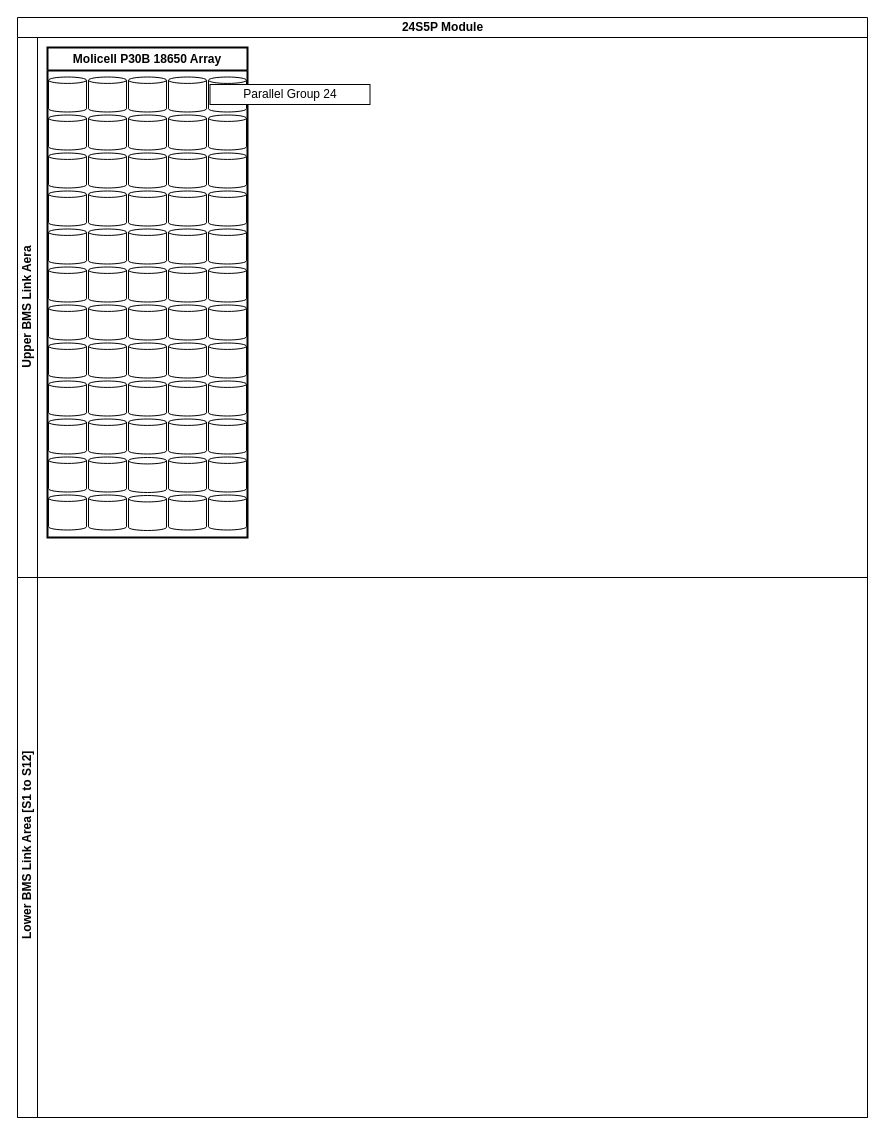
sfuphantom/bms-link-hw keeps this draw.io diagram as Documents/blockDiagram.drawio. Above is the earlier version. Source tidied: cells renumbered, new cells numbered last; positions are measured from the earlier drawing's top-left corner, leaving out a move shared by most shapes. Both pictures are drawn from the tidied source at 100%, with x=0, y=0 at pixel (17, 17).
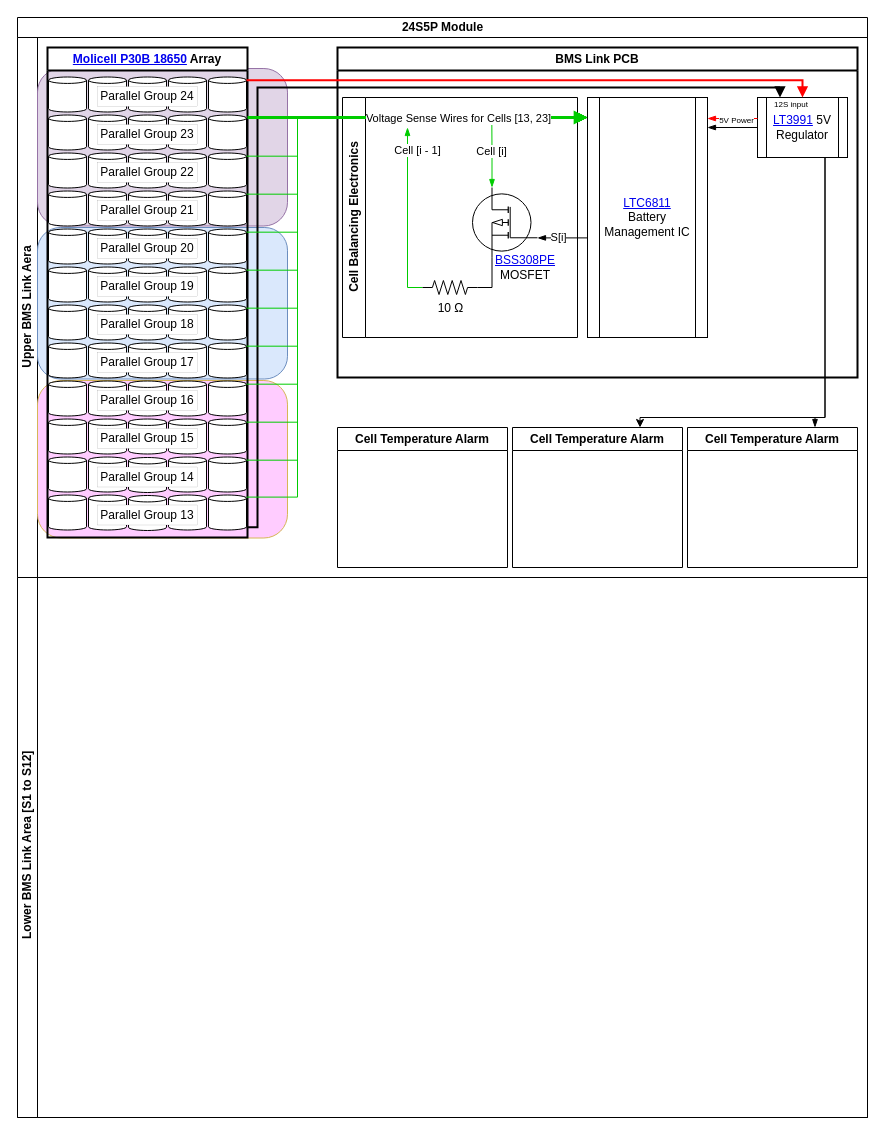
The same diagram, later.

The change refers to these unchanged cells:
```xml
<mxCell id="2" value="24S5P Module" style="swimlane;horizontal=1;startSize=20;html=1;" parent="1" vertex="1">
  <mxGeometry width="850" height="1100" as="geometry" />
</mxCell>
<mxCell id="9" style="strokeWidth=1;html=1;shape=mxgraph.flowchart.direct_data;whiteSpace=wrap;rotation=-90;" parent="4" vertex="1">
  <mxGeometry x="162.5" y="28" width="35" height="38" as="geometry" />
</mxCell>
<mxCell id="19" style="strokeWidth=1;html=1;shape=mxgraph.flowchart.direct_data;whiteSpace=wrap;rotation=-90;" parent="4" vertex="1">
  <mxGeometry x="162.5" y="104" width="35" height="38" as="geometry" />
</mxCell>
<mxCell id="24" style="strokeWidth=1;html=1;shape=mxgraph.flowchart.direct_data;whiteSpace=wrap;rotation=-90;" parent="4" vertex="1">
  <mxGeometry x="162.5" y="142" width="35" height="38" as="geometry" />
</mxCell>
<mxCell id="29" style="strokeWidth=1;html=1;shape=mxgraph.flowchart.direct_data;whiteSpace=wrap;rotation=-90;" parent="4" vertex="1">
  <mxGeometry x="162.5" y="180" width="35" height="38" as="geometry" />
</mxCell>
<mxCell id="34" style="strokeWidth=1;html=1;shape=mxgraph.flowchart.direct_data;whiteSpace=wrap;rotation=-90;" parent="4" vertex="1">
  <mxGeometry x="162.5" y="218" width="35" height="38" as="geometry" />
</mxCell>
<mxCell id="39" style="strokeWidth=1;html=1;shape=mxgraph.flowchart.direct_data;whiteSpace=wrap;rotation=-90;" parent="4" vertex="1">
  <mxGeometry x="162.5" y="256" width="35" height="38" as="geometry" />
</mxCell>
<mxCell id="44" style="strokeWidth=1;html=1;shape=mxgraph.flowchart.direct_data;whiteSpace=wrap;rotation=-90;" parent="4" vertex="1">
  <mxGeometry x="162.5" y="294" width="35" height="38" as="geometry" />
</mxCell>
<mxCell id="49" style="strokeWidth=1;html=1;shape=mxgraph.flowchart.direct_data;whiteSpace=wrap;rotation=-90;" parent="4" vertex="1">
  <mxGeometry x="162.5" y="332" width="35" height="38" as="geometry" />
</mxCell>
<mxCell id="54" style="strokeWidth=1;html=1;shape=mxgraph.flowchart.direct_data;whiteSpace=wrap;rotation=-90;" parent="4" vertex="1">
  <mxGeometry x="162.5" y="370" width="35" height="38" as="geometry" />
</mxCell>
<mxCell id="59" style="strokeWidth=1;html=1;shape=mxgraph.flowchart.direct_data;whiteSpace=wrap;rotation=-90;" parent="4" vertex="1">
  <mxGeometry x="162.5" y="446" width="35" height="38" as="geometry" />
</mxCell>
<mxCell id="64" style="strokeWidth=1;html=1;shape=mxgraph.flowchart.direct_data;whiteSpace=wrap;rotation=-90;" parent="4" vertex="1">
  <mxGeometry x="162.5" y="408" width="35" height="38" as="geometry" />
</mxCell>
```

Change to the diagram source:
```diff
@@
-    <mxCell id="3" value="Upper&amp;nbsp;&lt;span style=&quot;background-color: transparent; color: light-dark(rgb(0, 0, 0), rgb(255, 255, 255));&quot;&gt;BMS Link Aera&lt;/span&gt;" style="swimlane;startSize=20;horizontal=0;html=1;" parent="2" vertex="1">
+    <mxCell id="3" value="Upper&amp;nbsp;&lt;span style=&quot;background-color: transparent; color: light-dark(rgb(0, 0, 0), rgb(255, 255, 255));&quot;&gt;BMS Link Aera&lt;/span&gt;" style="swimlane;startSize=20;horizontal=0;html=1;perimeterSpacing=1;" parent="2" vertex="1">
       <mxGeometry y="20" width="850" height="540" as="geometry" />
     </mxCell>
+    <mxCell id="67" style="rounded=1;whiteSpace=wrap;html=1;fillColor=#e1d5e7;strokeColor=#9673a6;" parent="3" vertex="1">
+      <mxGeometry x="20" y="31" width="250" height="157.5" as="geometry" />
+    </mxCell>
+    <mxCell id="68" style="rounded=1;whiteSpace=wrap;html=1;fillColor=#dae8fc;strokeColor=#6c8ebf;" parent="3" vertex="1">
+      <mxGeometry x="20" y="190" width="250" height="151.5" as="geometry" />
+    </mxCell>
+    <mxCell id="69" style="rounded=1;whiteSpace=wrap;html=1;fillColor=#FFCCFF;strokeColor=#d6b656;" parent="3" vertex="1">
+      <mxGeometry x="20" y="343" width="250" height="157.5" as="geometry" />
+    </mxCell>
+    <mxCell id="70" value="BMS Link PCB" style="swimlane;whiteSpace=wrap;html=1;strokeWidth=2;" parent="3" vertex="1">
+      <mxGeometry x="320" y="10" width="520" height="330" as="geometry" />
+    </mxCell>
+    <mxCell id="71" value="&lt;a href=&quot;https://www.analog.com/media/en/technical-documentation/data-sheets/LTC6811-1-6811-2.pdf&quot;&gt;LTC6811&lt;/a&gt;&lt;br&gt;Battery Management IC" style="shape=process;whiteSpace=wrap;html=1;backgroundOutline=1;" parent="70" vertex="1">
+      <mxGeometry x="250" y="50" width="120" height="240" as="geometry" />
+    </mxCell>
+    <mxCell id="72" style="edgeStyle=orthogonalEdgeStyle;rounded=0;jettySize=auto;html=1;exitX=0;exitY=0.5;exitDx=0;exitDy=0;endArrow=blockThin;endFill=1;" parent="70" edge="1" source="73">
+      <mxGeometry relative="1" as="geometry">
+        <mxPoint x="370" y="80" as="targetPoint" />
+      </mxGeometry>
+    </mxCell>
+    <mxCell id="73" value="&lt;a href=&quot;https://www.analog.com/media/en/technical-documentation/data-sheets/3991fa.pdf&quot;&gt;LT3991&lt;/a&gt;&amp;nbsp;&lt;span style=&quot;background-color: transparent; color: light-dark(rgb(0, 0, 0), rgb(255, 255, 255));&quot;&gt;5V Regulator&lt;/span&gt;" style="shape=process;whiteSpace=wrap;html=1;backgroundOutline=1;" parent="70" vertex="1">
+      <mxGeometry x="420" y="50" width="90" height="60" as="geometry" />
+    </mxCell>
+    <mxCell id="74" value="12S input" style="text;html=1;align=center;verticalAlign=middle;whiteSpace=wrap;rounded=0;fontSize=8;" parent="70" vertex="1">
+      <mxGeometry x="424" y="42" width="60" height="30" as="geometry" />
+    </mxCell>
+    <mxCell id="75" value="Cell Balancing Electronics" style="swimlane;horizontal=0;whiteSpace=wrap;html=1;" parent="70" vertex="1">
+      <mxGeometry x="5" y="50" width="235" height="240" as="geometry" />
+    </mxCell>
+    <mxCell id="76" style="edgeStyle=orthogonalEdgeStyle;rounded=0;jettySize=auto;html=1;endArrow=blockThin;startFill=0;endFill=1;strokeColor=#00CC00;exitX=0;exitY=0.5;exitDx=0;exitDy=0;exitPerimeter=0;" parent="75" edge="1" source="78">
+      <mxGeometry relative="1" as="geometry">
+        <mxPoint x="65" y="30" as="targetPoint" />
+        <Array as="points">
+          <mxPoint x="65" y="190" />
+          <mxPoint x="65" y="30" />
+        </Array>
+      </mxGeometry>
+    </mxCell>
+    <mxCell id="77" value="Cell [i - 1]" style="edgeLabel;html=1;align=center;verticalAlign=middle;" parent="76" vertex="1">
+      <mxGeometry x="0.73" y="2" relative="1" as="geometry">
+        <mxPoint x="11" y="-2" as="offset" />
+      </mxGeometry>
+    </mxCell>
+    <mxCell id="78" value="10&amp;nbsp;&lt;span class=&quot;_97w2Z3njlMm7Og_zyqu4&quot;&gt;Ω&lt;/span&gt;" style="verticalLabelPosition=bottom;shadow=0;dashed=0;align=center;html=1;verticalAlign=top;shape=mxgraph.electrical.resistors.resistor_2;rotation=0;" parent="75" vertex="1">
+      <mxGeometry x="80" y="183" width="55" height="14" as="geometry" />
+    </mxCell>
+    <mxCell id="79" style="edgeStyle=orthogonalEdgeStyle;rounded=0;jettySize=auto;html=1;exitX=0.7;exitY=0;exitDx=0;exitDy=0;exitPerimeter=0;endArrow=none;startFill=1;strokeColor=#00CC00;startArrow=blockThin;" parent="75" edge="1" source="81">
+      <mxGeometry relative="1" as="geometry">
+        <mxPoint x="149.3" y="20" as="targetPoint" />
+      </mxGeometry>
+    </mxCell>
+    <mxCell id="80" value="Cell [i]" style="edgeLabel;html=1;align=center;verticalAlign=middle;" parent="79" vertex="1">
+      <mxGeometry x="0.19" relative="1" as="geometry">
+        <mxPoint x="-1" y="5" as="offset" />
+      </mxGeometry>
+    </mxCell>
+    <mxCell id="81" style="verticalLabelPosition=bottom;shadow=0;dashed=0;align=center;html=1;verticalAlign=top;shape=mxgraph.electrical.mosfets1.mosfet_ic_p;flipH=1;" parent="75" vertex="1">
+      <mxGeometry x="130" y="90" width="65" height="70" as="geometry" />
+    </mxCell>
+    <mxCell id="82" style="edgeStyle=orthogonalEdgeStyle;rounded=0;jettySize=auto;html=1;exitX=0.7;exitY=1;exitDx=0;exitDy=0;exitPerimeter=0;endArrow=none;startFill=0;entryX=1;entryY=0.5;entryDx=0;entryDy=0;entryPerimeter=0;" parent="75" edge="1" source="81" target="78">
+      <mxGeometry relative="1" as="geometry">
+        <Array as="points">
+          <mxPoint x="150" y="190" />
+        </Array>
+      </mxGeometry>
+    </mxCell>
+    <mxCell id="83" value="&lt;a href=&quot;https://www.digikey.ca/en/products/detail/umw/BSS308PE/24889415&quot;&gt;BSS308PE&lt;/a&gt;&lt;div&gt;MOSFET&lt;/div&gt;" style="text;html=1;align=center;verticalAlign=middle;whiteSpace=wrap;rounded=0;" parent="75" vertex="1">
+      <mxGeometry x="153" y="155" width="60" height="30" as="geometry" />
+    </mxCell>
+    <mxCell id="84" style="edgeStyle=orthogonalEdgeStyle;rounded=0;jettySize=auto;html=1;entryX=0;entryY=0.72;entryDx=0;entryDy=0;entryPerimeter=0;endArrow=blockThin;endFill=1;" parent="70" edge="1" source="71" target="81">
+      <mxGeometry relative="1" as="geometry">
+        <Array as="points">
+          <mxPoint x="225" y="190" />
+        </Array>
+      </mxGeometry>
+    </mxCell>
+    <mxCell id="85" value="S[i]" style="edgeLabel;html=1;align=center;verticalAlign=middle;" parent="84" vertex="1">
+      <mxGeometry x="0.19" y="-1" relative="1" as="geometry" />
+    </mxCell>
-    <mxCell id="4" value="Molicell P30B 18650 Array" style="swimlane;whiteSpace=wrap;html=1;strokeWidth=2;" parent="3" vertex="1">
+    <mxCell id="4" value="&lt;a href=&quot;https://www.molicel.com/inr-18650-p30b/&quot;&gt;Molicell P30B 18650&lt;/a&gt; Array" style="swimlane;whiteSpace=wrap;html=1;strokeWidth=2;" parent="3" vertex="1">
       <mxGeometry x="30" y="10" width="200" height="490" as="geometry" />
     </mxCell>
@@
-    <mxCell id="65" value="Parallel Group 24" style="rounded=0;whiteSpace=wrap;html=1;" parent="3" vertex="1">
-      <mxGeometry x="192.5" y="47" width="160" height="20" as="geometry" />
+    <mxCell id="65" value="Parallel Group 24" style="rounded=0;whiteSpace=wrap;html=1;strokeWidth=0;" parent="4" vertex="1">
+      <mxGeometry x="50" y="39" width="100" height="20" as="geometry" />
     </mxCell>
+    <mxCell id="86" value="Parallel Group 23" style="rounded=0;whiteSpace=wrap;html=1;strokeWidth=0;" parent="4" vertex="1">
+      <mxGeometry x="50" y="77" width="100" height="20" as="geometry" />
+    </mxCell>
+    <mxCell id="87" value="Parallel Group 22" style="rounded=0;whiteSpace=wrap;html=1;strokeWidth=0;" parent="4" vertex="1">
+      <mxGeometry x="50" y="115" width="100" height="20" as="geometry" />
+    </mxCell>
+    <mxCell id="88" value="Parallel Group 21" style="rounded=0;whiteSpace=wrap;html=1;strokeWidth=0;" parent="4" vertex="1">
+      <mxGeometry x="50" y="153" width="100" height="20" as="geometry" />
+    </mxCell>
+    <mxCell id="89" value="Parallel Group 20" style="rounded=0;whiteSpace=wrap;html=1;strokeWidth=0;" parent="4" vertex="1">
+      <mxGeometry x="50" y="191" width="100" height="20" as="geometry" />
+    </mxCell>
+    <mxCell id="90" value="Parallel Group 19" style="rounded=0;whiteSpace=wrap;html=1;strokeWidth=0;" parent="4" vertex="1">
+      <mxGeometry x="50" y="229" width="100" height="20" as="geometry" />
+    </mxCell>
+    <mxCell id="91" value="Parallel Group 18" style="rounded=0;whiteSpace=wrap;html=1;strokeWidth=0;" parent="4" vertex="1">
+      <mxGeometry x="50" y="267" width="100" height="20" as="geometry" />
+    </mxCell>
+    <mxCell id="92" value="Parallel Group 17" style="rounded=0;whiteSpace=wrap;html=1;strokeWidth=0;" parent="4" vertex="1">
+      <mxGeometry x="50" y="305" width="100" height="20" as="geometry" />
+    </mxCell>
+    <mxCell id="93" value="Parallel Group 16" style="rounded=0;whiteSpace=wrap;html=1;strokeWidth=0;" parent="4" vertex="1">
+      <mxGeometry x="50" y="343" width="100" height="20" as="geometry" />
+    </mxCell>
+    <mxCell id="94" value="Parallel Group 15" style="rounded=0;whiteSpace=wrap;html=1;strokeWidth=0;" parent="4" vertex="1">
+      <mxGeometry x="50" y="381" width="100" height="20" as="geometry" />
+    </mxCell>
+    <mxCell id="95" value="Parallel Group 14" style="rounded=0;whiteSpace=wrap;html=1;strokeWidth=0;" parent="4" vertex="1">
+      <mxGeometry x="50" y="419.5" width="100" height="20" as="geometry" />
+    </mxCell>
+    <mxCell id="96" value="Parallel Group 13" style="rounded=0;whiteSpace=wrap;html=1;strokeWidth=0;" parent="4" vertex="1">
+      <mxGeometry x="50" y="457.5" width="100" height="20" as="geometry" />
+    </mxCell>
+    <mxCell id="97" style="edgeStyle=orthogonalEdgeStyle;rounded=0;jettySize=auto;html=1;exitX=0.08;exitY=1;exitDx=0;exitDy=0;exitPerimeter=0;entryX=0.25;entryY=0;entryDx=0;entryDy=0;strokeWidth=2;endArrow=block;endFill=1;" parent="3" edge="1" source="59" target="73">
+      <mxGeometry relative="1" as="geometry">
+        <Array as="points">
+          <mxPoint x="240" y="490" />
+          <mxPoint x="240" y="50" />
+          <mxPoint x="763" y="50" />
+        </Array>
+      </mxGeometry>
+    </mxCell>
+    <mxCell id="98" style="edgeStyle=orthogonalEdgeStyle;rounded=0;jettySize=auto;html=1;exitX=0.91;exitY=1;exitDx=0;exitDy=0;exitPerimeter=0;entryX=0.5;entryY=0;entryDx=0;entryDy=0;strokeWidth=2;endArrow=block;startFill=0;endFill=1;fillColor=#f8cecc;strokeColor=#FF0000;" parent="3" edge="1" source="9" target="73">
+      <mxGeometry relative="1" as="geometry">
+        <Array as="points">
+          <mxPoint x="785" y="43" />
+        </Array>
+      </mxGeometry>
+    </mxCell>
+    <mxCell id="99" style="edgeStyle=orthogonalEdgeStyle;rounded=0;jettySize=auto;html=1;exitX=0.91;exitY=1;exitDx=0;exitDy=0;exitPerimeter=0;strokeColor=#00CC00;" parent="3" edge="1" source="19">
+      <mxGeometry relative="1" as="geometry">
+        <mxPoint x="570" y="80" as="targetPoint" />
+        <Array as="points">
+          <mxPoint x="280" y="119" />
+          <mxPoint x="280" y="80" />
+          <mxPoint x="570" y="80" />
+        </Array>
+      </mxGeometry>
+    </mxCell>
+    <mxCell id="100" style="edgeStyle=orthogonalEdgeStyle;rounded=0;jettySize=auto;html=1;exitX=0.91;exitY=1;exitDx=0;exitDy=0;exitPerimeter=0;strokeColor=#00CC00;" parent="3" edge="1" source="24">
+      <mxGeometry relative="1" as="geometry">
+        <mxPoint x="570" y="80" as="targetPoint" />
+        <Array as="points">
+          <mxPoint x="280" y="157" />
+          <mxPoint x="280" y="80" />
+          <mxPoint x="570" y="80" />
+        </Array>
+      </mxGeometry>
+    </mxCell>
+    <mxCell id="101" style="edgeStyle=orthogonalEdgeStyle;rounded=0;jettySize=auto;html=1;exitX=0.91;exitY=1;exitDx=0;exitDy=0;exitPerimeter=0;strokeColor=#00CC00;" parent="3" edge="1" source="29">
+      <mxGeometry relative="1" as="geometry">
+        <mxPoint x="570" y="80" as="targetPoint" />
+        <Array as="points">
+          <mxPoint x="280" y="195" />
+          <mxPoint x="280" y="80" />
+          <mxPoint x="570" y="80" />
+        </Array>
+      </mxGeometry>
+    </mxCell>
+    <mxCell id="102" style="edgeStyle=orthogonalEdgeStyle;rounded=0;jettySize=auto;html=1;exitX=0.91;exitY=1;exitDx=0;exitDy=0;exitPerimeter=0;strokeColor=#00CC00;" parent="3" edge="1" source="34">
+      <mxGeometry relative="1" as="geometry">
+        <mxPoint x="570" y="80" as="targetPoint" />
+        <Array as="points">
+          <mxPoint x="280" y="233" />
+          <mxPoint x="280" y="80" />
+          <mxPoint x="570" y="80" />
+        </Array>
+      </mxGeometry>
+    </mxCell>
+    <mxCell id="103" style="edgeStyle=orthogonalEdgeStyle;rounded=0;jettySize=auto;html=1;exitX=0.91;exitY=1;exitDx=0;exitDy=0;exitPerimeter=0;strokeColor=#00CC00;" parent="3" edge="1" source="39" target="71">
+      <mxGeometry relative="1" as="geometry">
+        <Array as="points">
+          <mxPoint x="280" y="271" />
+          <mxPoint x="280" y="80" />
+        </Array>
+      </mxGeometry>
+    </mxCell>
+    <mxCell id="104" style="edgeStyle=orthogonalEdgeStyle;rounded=0;jettySize=auto;html=1;exitX=0.91;exitY=1;exitDx=0;exitDy=0;exitPerimeter=0;strokeColor=#00CC00;" parent="3" edge="1" source="44" target="71">
+      <mxGeometry relative="1" as="geometry">
+        <Array as="points">
+          <mxPoint x="280" y="309" />
+          <mxPoint x="280" y="80" />
+        </Array>
+      </mxGeometry>
+    </mxCell>
+    <mxCell id="105" style="edgeStyle=orthogonalEdgeStyle;rounded=0;jettySize=auto;html=1;exitX=0.91;exitY=1;exitDx=0;exitDy=0;exitPerimeter=0;strokeColor=#00CC00;" parent="3" edge="1" source="49" target="71">
+      <mxGeometry relative="1" as="geometry">
+        <Array as="points">
+          <mxPoint x="280" y="347" />
+          <mxPoint x="280" y="80" />
+        </Array>
+      </mxGeometry>
+    </mxCell>
+    <mxCell id="106" style="edgeStyle=orthogonalEdgeStyle;rounded=0;jettySize=auto;html=1;exitX=0.91;exitY=1;exitDx=0;exitDy=0;exitPerimeter=0;strokeColor=#00CC00;" parent="3" edge="1" source="54">
+      <mxGeometry relative="1" as="geometry">
+        <mxPoint x="570" y="80" as="targetPoint" />
+        <Array as="points">
+          <mxPoint x="280" y="385" />
+          <mxPoint x="280" y="80" />
+          <mxPoint x="570" y="80" />
+        </Array>
+      </mxGeometry>
+    </mxCell>
+    <mxCell id="107" style="edgeStyle=orthogonalEdgeStyle;rounded=0;jettySize=auto;html=1;exitX=0.91;exitY=1;exitDx=0;exitDy=0;exitPerimeter=0;strokeColor=#00CC00;" parent="3" edge="1" source="64">
+      <mxGeometry relative="1" as="geometry">
+        <mxPoint x="570" y="80" as="targetPoint" />
+        <Array as="points">
+          <mxPoint x="280" y="423" />
+          <mxPoint x="280" y="80" />
+          <mxPoint x="570" y="80" />
+        </Array>
+      </mxGeometry>
+    </mxCell>
+    <mxCell id="108" style="edgeStyle=orthogonalEdgeStyle;rounded=0;orthogonalLoop=1;jettySize=auto;html=1;exitX=0.91;exitY=1;exitDx=0;exitDy=0;exitPerimeter=0;strokeWidth=1;strokeColor=#00CC00;" parent="3" edge="1">
+      <mxGeometry relative="1" as="geometry">
+        <mxPoint x="229" y="459.6" as="sourcePoint" />
+        <mxPoint x="570" y="80" as="targetPoint" />
+        <Array as="points">
+          <mxPoint x="280" y="460" />
+          <mxPoint x="280" y="80" />
+        </Array>
+      </mxGeometry>
+    </mxCell>
+    <mxCell id="109" style="endArrow=block;html=1;rounded=0;entryX=0;entryY=0.5;entryDx=0;entryDy=0;strokeWidth=3;strokeColor=#00CC00;jumpSize=6;endFill=1;" parent="3" edge="1">
+      <mxGeometry relative="1" as="geometry">
+        <mxPoint x="230" y="80" as="sourcePoint" />
+        <mxPoint x="570" y="80" as="targetPoint" />
+      </mxGeometry>
+    </mxCell>
+    <mxCell id="110" value="Voltage Sense Wires for Cells [13, 23]" style="edgeLabel;html=1;align=center;verticalAlign=middle;" parent="109" vertex="1">
+      <mxGeometry x="-0.05" relative="1" as="geometry">
+        <mxPoint x="48" as="offset" />
+      </mxGeometry>
+    </mxCell>
+    <mxCell id="111" value="Cell Temperature Alarm" style="swimlane;whiteSpace=wrap;html=1;" parent="3" vertex="1">
+      <mxGeometry x="320" y="390" width="170" height="140" as="geometry" />
+    </mxCell>
@@
+    <mxCell id="112" style="edgeStyle=orthogonalEdgeStyle;rounded=0;orthogonalLoop=1;jettySize=auto;html=1;exitX=0;exitY=0.5;exitDx=0;exitDy=0;fontColor=#000000;strokeColor=#FF0000;endArrow=blockThin;endFill=1;" parent="1" edge="1">
+      <mxGeometry relative="1" as="geometry">
+        <mxPoint x="740" y="101" as="sourcePoint" />
+        <mxPoint x="690" y="101" as="targetPoint" />
+      </mxGeometry>
+    </mxCell>
+    <mxCell id="113" value="&lt;font style=&quot;font-size: 8px;&quot;&gt;5V Power&lt;/font&gt;" style="edgeLabel;html=1;align=center;verticalAlign=middle;" parent="112" vertex="1">
+      <mxGeometry x="-0.05" relative="1" as="geometry">
+        <mxPoint x="2" as="offset" />
+      </mxGeometry>
+    </mxCell>
+    <mxCell id="114" value="Cell Temperature Alarm" style="swimlane;whiteSpace=wrap;html=1;" parent="1" vertex="1">
+      <mxGeometry x="495" y="410" width="170" height="140" as="geometry" />
+    </mxCell>
+    <mxCell id="115" value="Cell Temperature Alarm" style="swimlane;whiteSpace=wrap;html=1;" parent="1" vertex="1">
+      <mxGeometry x="670" y="410" width="170" height="140" as="geometry" />
+    </mxCell>
+    <mxCell id="116" style="edgeStyle=orthogonalEdgeStyle;rounded=0;jettySize=auto;html=1;exitX=0.75;exitY=1;exitDx=0;exitDy=0;entryX=0.75;entryY=0;entryDx=0;entryDy=0;endArrow=blockThin;endFill=1;" parent="1" edge="1" source="73" target="115">
+      <mxGeometry relative="1" as="geometry">
+        <Array as="points">
+          <mxPoint x="808" y="400" />
+          <mxPoint x="798" y="400" />
+        </Array>
+      </mxGeometry>
+    </mxCell>
+    <mxCell id="117" style="edgeStyle=orthogonalEdgeStyle;rounded=0;jettySize=auto;html=1;exitX=0.75;exitY=1;exitDx=0;exitDy=0;entryX=0.75;entryY=0;entryDx=0;entryDy=0;" parent="1" edge="1" source="73" target="114">
+      <mxGeometry relative="1" as="geometry">
+        <Array as="points">
+          <mxPoint x="807" y="400" />
+          <mxPoint x="623" y="400" />
+        </Array>
+      </mxGeometry>
+    </mxCell>
```
